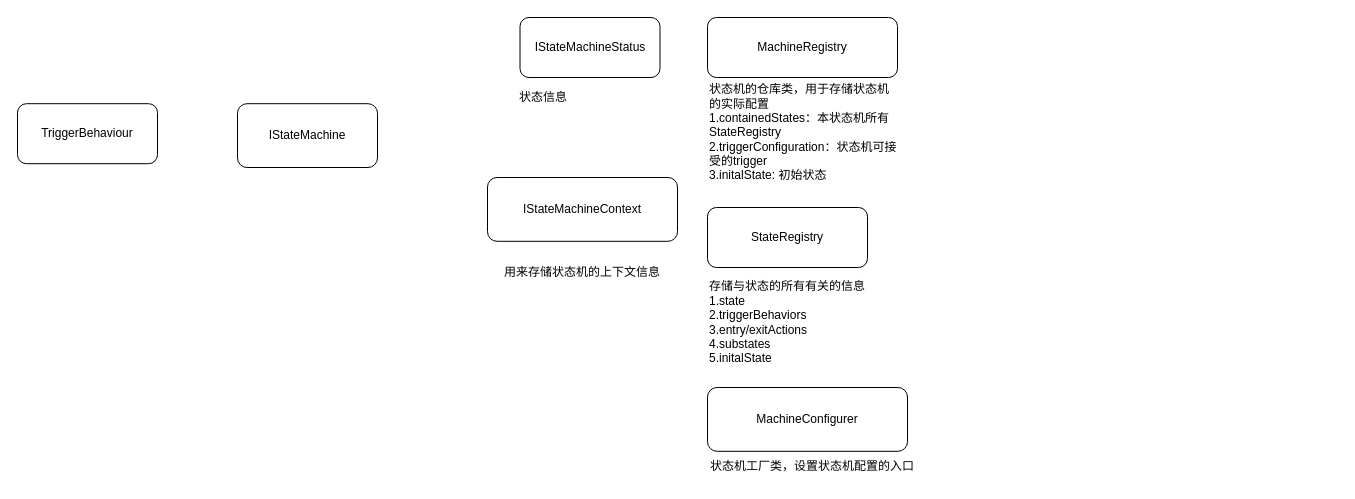
Before: statemachine.drawio in aoxiangdegezi/hello-world, a draw.io diagram. Source tidied: cells renumbered, new cells numbered last; positions are measured from the earlier drawing's top-left corner, leaving out a move shared by most shapes. Both pictures are drawn from the tidied source at 100%, with x=0, y=0 at pixel (17, 17).
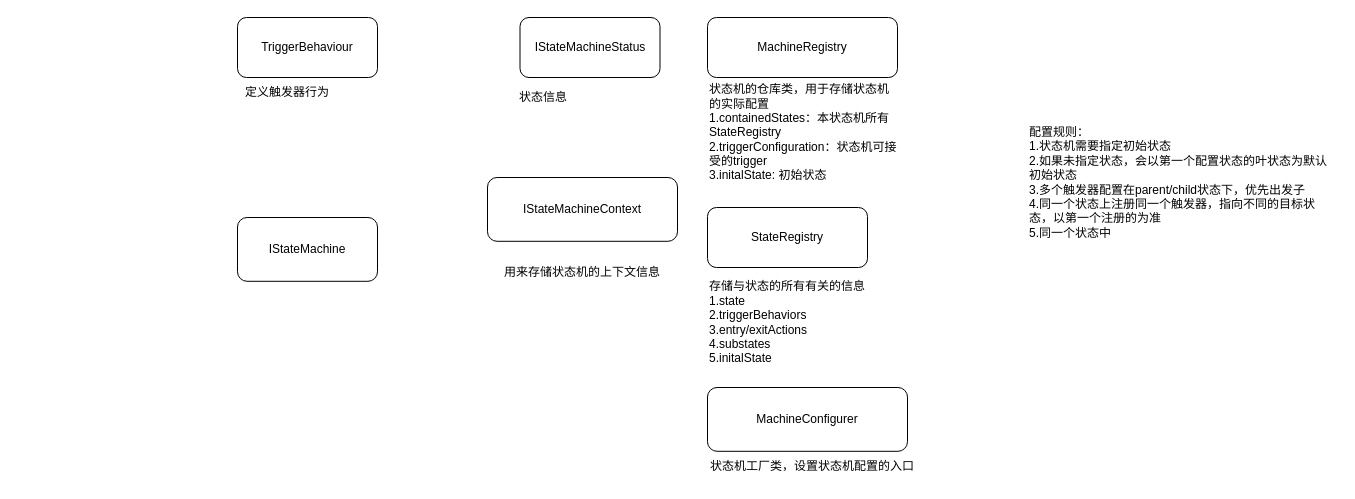
After the change.

Diff of the diagram source:
```diff
@@
     <mxCell id="2" value="IStateMachine" style="rounded=1;whiteSpace=wrap;html=1;" parent="1" vertex="1">
-      <mxGeometry x="220" y="86.2" width="140" height="63.8" as="geometry" />
+      <mxGeometry x="220" y="200" width="140" height="63.8" as="geometry" />
     </mxCell>
-    <mxCell id="3" value="TriggerBehaviour" style="rounded=1;whiteSpace=wrap;html=1;" parent="1" vertex="1">
-      <mxGeometry y="86.2" width="140" height="60" as="geometry" />
-    </mxCell>
@@
+    <mxCell id="19" style="group;" parent="1" vertex="1">
+      <mxGeometry x="220" width="140" height="90" as="geometry" />
+    </mxCell>
+    <mxCell id="3" value="TriggerBehaviour" style="rounded=1;whiteSpace=wrap;html=1;" parent="19" vertex="1">
+      <mxGeometry width="140" height="60" as="geometry" />
+    </mxCell>
+    <mxCell id="20" value="定义触发器行为" style="text;strokeColor=none;align=center;fillColor=none;html=1;verticalAlign=middle;whiteSpace=wrap;rounded=0;" parent="19" vertex="1">
+      <mxGeometry y="60" width="100" height="30" as="geometry" />
+    </mxCell>
+    <mxCell id="21" value="配置规则：&lt;div&gt;1.状态机需要指定初始状态&lt;/div&gt;&lt;div&gt;2.如果未指定状态，会以第一个配置状态的叶状态为默认初始状态&lt;/div&gt;&lt;div&gt;3.多个触发器配置在parent/child状态下，优先出发子&lt;/div&gt;&lt;div&gt;4.同一个状态上注册同一个触发器，指向不同的目标状态，以第一个注册的为准&lt;/div&gt;&lt;div&gt;5.同一个状态中&lt;/div&gt;" style="text;strokeColor=none;align=left;fillColor=none;html=1;verticalAlign=middle;whiteSpace=wrap;rounded=0;" parent="1" vertex="1">
+      <mxGeometry x="1010" y="10" width="310" height="310" as="geometry" />
+    </mxCell>
```
